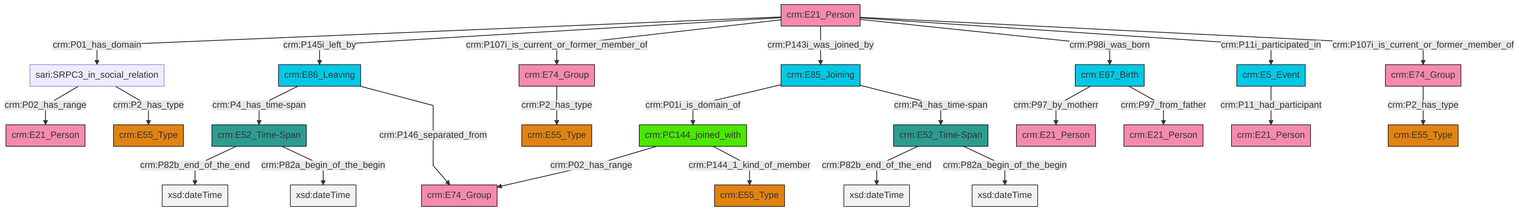
The Mermaid diagram et/personCSV/ttl/mmd/png/Person_Actor_Relations.png in swiss-art-research-net/docs.swissartresearch, before a commit. Its source is kept beside it as et/personCSV/ttl/mmd/Person_Actor_Relations.ttl.mmd.
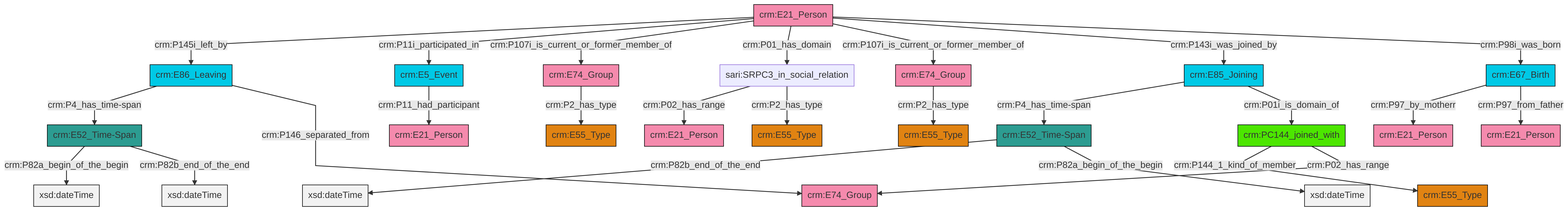
After the commit.

Diff of the diagram source:
```diff
@@ -13,27 +13,27 @@
 classDef PC_Classes fill:#4ce600, stroke:#000000;
 classDef Multi fill:#cccccc,stroke:#000000;
 
-0["crm:E21_Person"]:::Actor -->|crm:P01_has_domain| 1["sari:SRPC3_in_social_relation"]:::Default
-4["crm:E52_Time-Span"]:::Time-Span -->|crm:P82b_end_of_the_end| 5[xsd:dateTime]:::Literal
-10["crm:E86_Leaving"]:::Temporal_Entity -->|crm:P4_has_time-span| 11["crm:E52_Time-Span"]:::Time-Span
-12["crm:PC144_joined_with"]:::PC_Classes -->|crm:P02_has_range| 13["crm:E74_Group"]:::Actor
-11["crm:E52_Time-Span"]:::Time-Span -->|crm:P82b_end_of_the_end| 14[xsd:dateTime]:::Literal
-0["crm:E21_Person"]:::Actor -->|crm:P145i_left_by| 10["crm:E86_Leaving"]:::Temporal_Entity
-10["crm:E86_Leaving"]:::Temporal_Entity -->|crm:P146_separated_from| 13["crm:E74_Group"]:::Actor
-15["crm:E5_Event"]:::Temporal_Entity -->|crm:P11_had_participant| 16["crm:E21_Person"]:::Actor
-1["sari:SRPC3_in_social_relation"]:::Default -->|crm:P02_has_range| 18["crm:E21_Person"]:::Actor
-0["crm:E21_Person"]:::Actor -->|crm:P107i_is_current_or_former_member_of| 6["crm:E74_Group"]:::Actor
-0["crm:E21_Person"]:::Actor -->|crm:P143i_was_joined_by| 19["crm:E85_Joining"]:::Temporal_Entity
-19["crm:E85_Joining"]:::Temporal_Entity -->|crm:P01i_is_domain_of| 12["crm:PC144_joined_with"]:::PC_Classes
-0["crm:E21_Person"]:::Actor -->|crm:P98i_was_born| 20["crm:E67_Birth"]:::Temporal_Entity
-19["crm:E85_Joining"]:::Temporal_Entity -->|crm:P4_has_time-span| 4["crm:E52_Time-Span"]:::Time-Span
-20["crm:E67_Birth"]:::Temporal_Entity -->|crm:P97_by_motherr| 24["crm:E21_Person"]:::Actor
-11["crm:E52_Time-Span"]:::Time-Span -->|crm:P82a_begin_of_the_begin| 30[xsd:dateTime]:::Literal
-0["crm:E21_Person"]:::Actor -->|crm:P11i_participated_in| 15["crm:E5_Event"]:::Temporal_Entity
-20["crm:E67_Birth"]:::Temporal_Entity -->|crm:P97_from_father| 33["crm:E21_Person"]:::Actor
-4["crm:E52_Time-Span"]:::Time-Span -->|crm:P82a_begin_of_the_begin| 35[xsd:dateTime]:::Literal
-1["sari:SRPC3_in_social_relation"]:::Default -->|crm:P2_has_type| 2["crm:E55_Type"]:::Type
-12["crm:PC144_joined_with"]:::PC_Classes -->|crm:P144_1_kind_of_member| 28["crm:E55_Type"]:::Type
-37["crm:E74_Group"]:::Actor -->|crm:P2_has_type| 8["crm:E55_Type"]:::Type
-0["crm:E21_Person"]:::Actor -->|crm:P107i_is_current_or_former_member_of| 37["crm:E74_Group"]:::Actor
-6["crm:E74_Group"]:::Actor -->|crm:P2_has_type| 26["crm:E55_Type"]:::Type
+4["crm:E21_Person"]:::Actor -->|crm:P145i_left_by| 5["crm:E86_Leaving"]:::Temporal_Entity
+12["crm:E74_Group"]:::Actor -->|crm:P2_has_type| 2["crm:E55_Type"]:::Type
+14["sari:SRPC3_in_social_relation"]:::Default -->|crm:P02_has_range| 15["crm:E21_Person"]:::Actor
+16["crm:E67_Birth"]:::Temporal_Entity -->|crm:P97_by_motherr| 17["crm:E21_Person"]:::Actor
+16["crm:E67_Birth"]:::Temporal_Entity -->|crm:P97_from_father| 18["crm:E21_Person"]:::Actor
+4["crm:E21_Person"]:::Actor -->|crm:P11i_participated_in| 19["crm:E5_Event"]:::Temporal_Entity
+5["crm:E86_Leaving"]:::Temporal_Entity -->|crm:P4_has_time-span| 20["crm:E52_Time-Span"]:::Time-Span
+6["crm:E52_Time-Span"]:::Time-Span -->|crm:P82b_end_of_the_end| 22[xsd:dateTime]:::Literal
+4["crm:E21_Person"]:::Actor -->|crm:P107i_is_current_or_former_member_of| 12["crm:E74_Group"]:::Actor
+4["crm:E21_Person"]:::Actor -->|crm:P01_has_domain| 14["sari:SRPC3_in_social_relation"]:::Default
+20["crm:E52_Time-Span"]:::Time-Span -->|crm:P82a_begin_of_the_begin| 25[xsd:dateTime]:::Literal
+4["crm:E21_Person"]:::Actor -->|crm:P107i_is_current_or_former_member_of| 26["crm:E74_Group"]:::Actor
+6["crm:E52_Time-Span"]:::Time-Span -->|crm:P82a_begin_of_the_begin| 27[xsd:dateTime]:::Literal
+5["crm:E86_Leaving"]:::Temporal_Entity -->|crm:P146_separated_from| 23["crm:E74_Group"]:::Actor
+26["crm:E74_Group"]:::Actor -->|crm:P2_has_type| 29["crm:E55_Type"]:::Type
+0["crm:E85_Joining"]:::Temporal_Entity -->|crm:P4_has_time-span| 6["crm:E52_Time-Span"]:::Time-Span
+0["crm:E85_Joining"]:::Temporal_Entity -->|crm:P01i_is_domain_of| 10["crm:PC144_joined_with"]:::PC_Classes
+10["crm:PC144_joined_with"]:::PC_Classes -->|crm:P144_1_kind_of_member| 8["crm:E55_Type"]:::Type
+4["crm:E21_Person"]:::Actor -->|crm:P143i_was_joined_by| 0["crm:E85_Joining"]:::Temporal_Entity
+10["crm:PC144_joined_with"]:::PC_Classes -->|crm:P02_has_range| 23["crm:E74_Group"]:::Actor
+19["crm:E5_Event"]:::Temporal_Entity -->|crm:P11_had_participant| 38["crm:E21_Person"]:::Actor
+14["sari:SRPC3_in_social_relation"]:::Default -->|crm:P2_has_type| 41["crm:E55_Type"]:::Type
+20["crm:E52_Time-Span"]:::Time-Span -->|crm:P82b_end_of_the_end| 42[xsd:dateTime]:::Literal
+4["crm:E21_Person"]:::Actor -->|crm:P98i_was_born| 16["crm:E67_Birth"]:::Temporal_Entity
```
